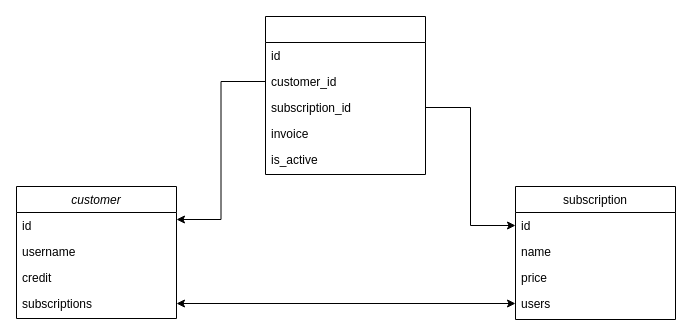
erfan-rfmhr/subscription-task keeps this draw.io diagram as db.drawio. Above is the earlier version. Source tidied: cells renumbered, new cells numbered last; positions are measured from the earlier drawing's top-left corner, leaving out a move shared by most shapes. Both pictures are drawn from the tidied source at 100%, with x=0, y=0 at pixel (16, 16).
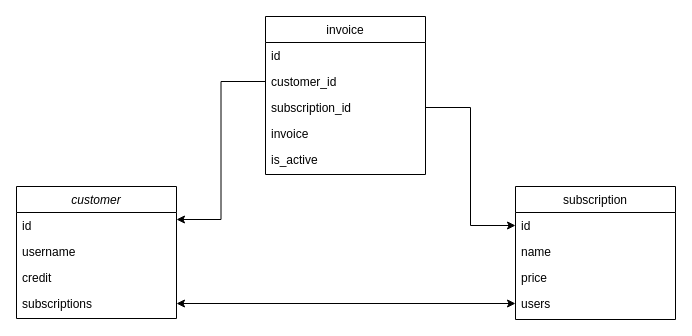
The same page after the edit.

Diff of the diagram source:
```diff
@@
-    <mxCell id="12" style="swimlane;fontStyle=0;align=center;verticalAlign=top;horizontal=1;startSize=26;rounded=0;shadow=0;strokeWidth=1;" parent="1" vertex="1">
+    <mxCell id="12" value="invoice" style="swimlane;fontStyle=0;align=center;verticalAlign=top;horizontal=1;startSize=26;rounded=0;shadow=0;strokeWidth=1;" parent="1" vertex="1">
       <mxGeometry x="249" width="160" height="158" as="geometry" />
     </mxCell>
```
